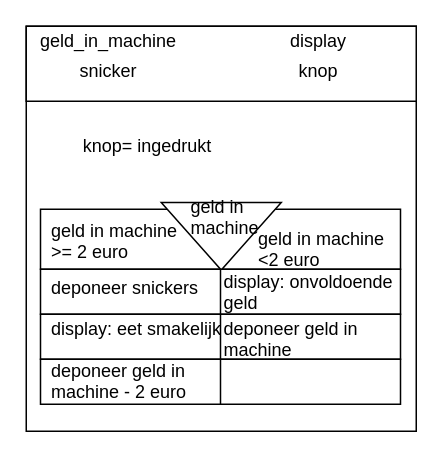
Before: psd/PSD3.drawio in L-robeerst/educom-essentials, a draw.io diagram. Source tidied: cells renumbered, new cells numbered last; positions are measured from the earlier drawing's top-left corner, leaving out a move shared by most shapes. Both pictures are drawn from the tidied source at 150%, with x=0, y=0 at pixel (26, 26).
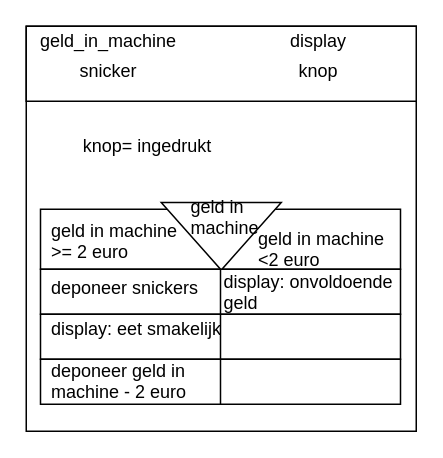
After the change.

Commit message:
PSD opdracht 3 #8

Change to the diagram source:
```diff
@@
-    <mxCell id="27" value="deponeer geld in &lt;br&gt;machine" style="text;html=1;align=left;verticalAlign=top;spacingTop=-4;" parent="1" vertex="1">
-      <mxGeometry x="130" y="192" width="100" height="30" as="geometry" />
-    </mxCell>
```
